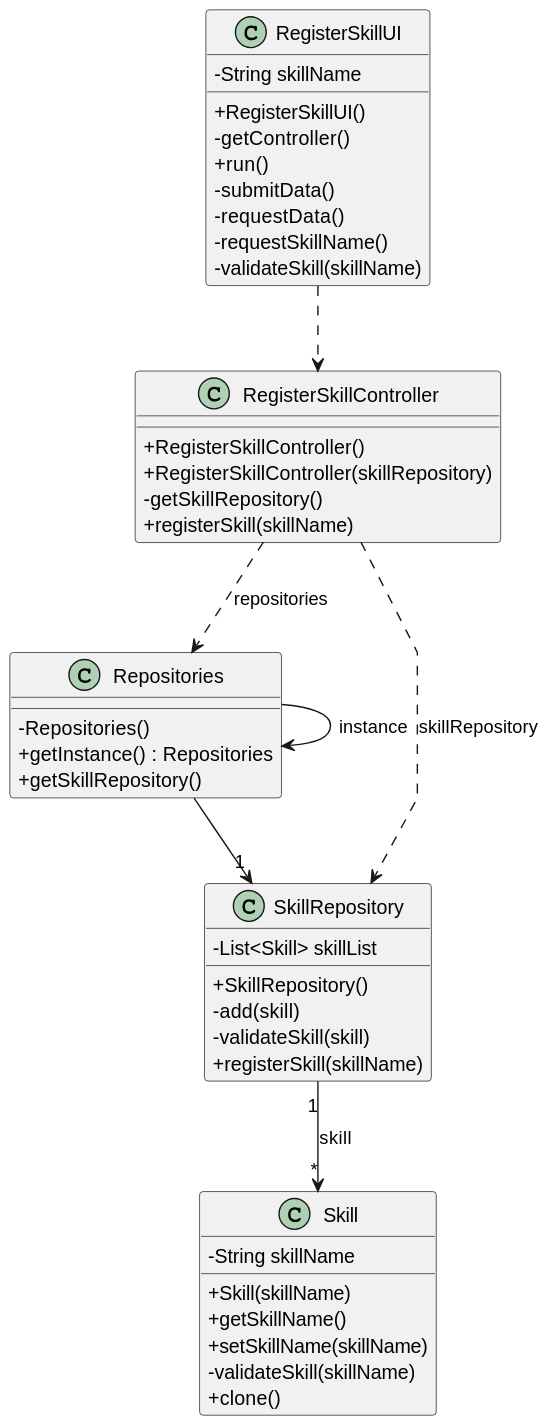
The PlantUML diagram docs/sprintB/us001/03.design/svg/us001-class-diagram.svg in Rui-San/LAPR2_2023_2024, before a commit.
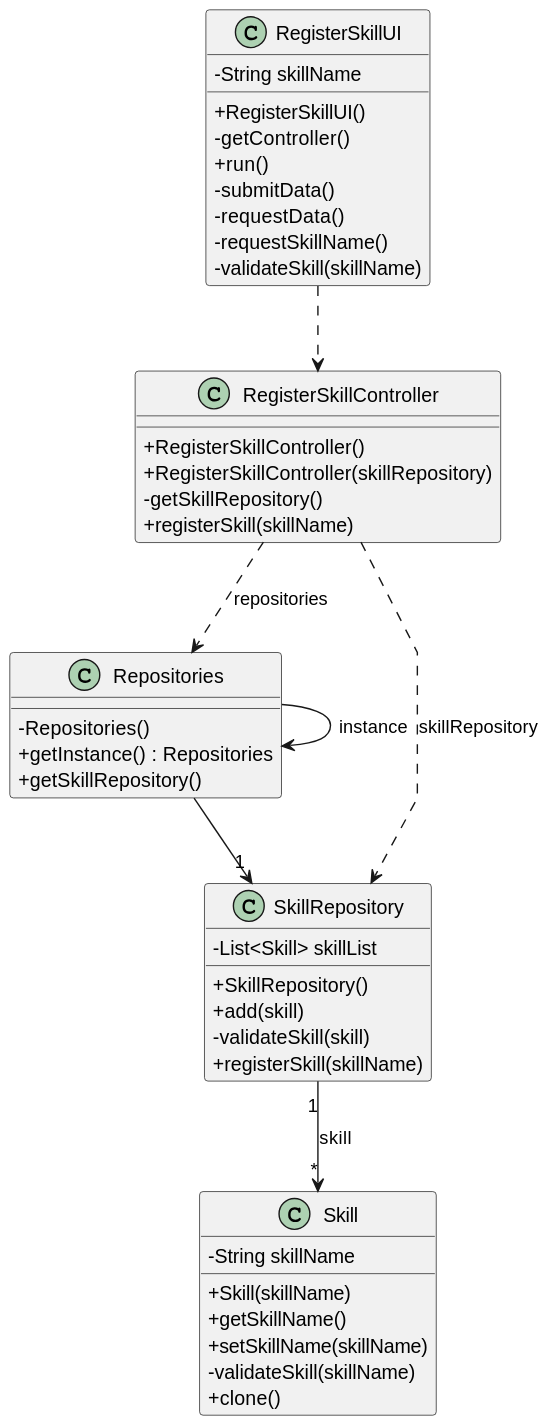
The same diagram one commit later.

Diff of the diagram source:
```diff
@@ -35,7 +35,7 @@
     - List<Skill> skillList
 
     + SkillRepository()
-    - add(skill)
+    + add(skill)
     - validateSkill(skill)
     + registerSkill(skillName)
 }
```
